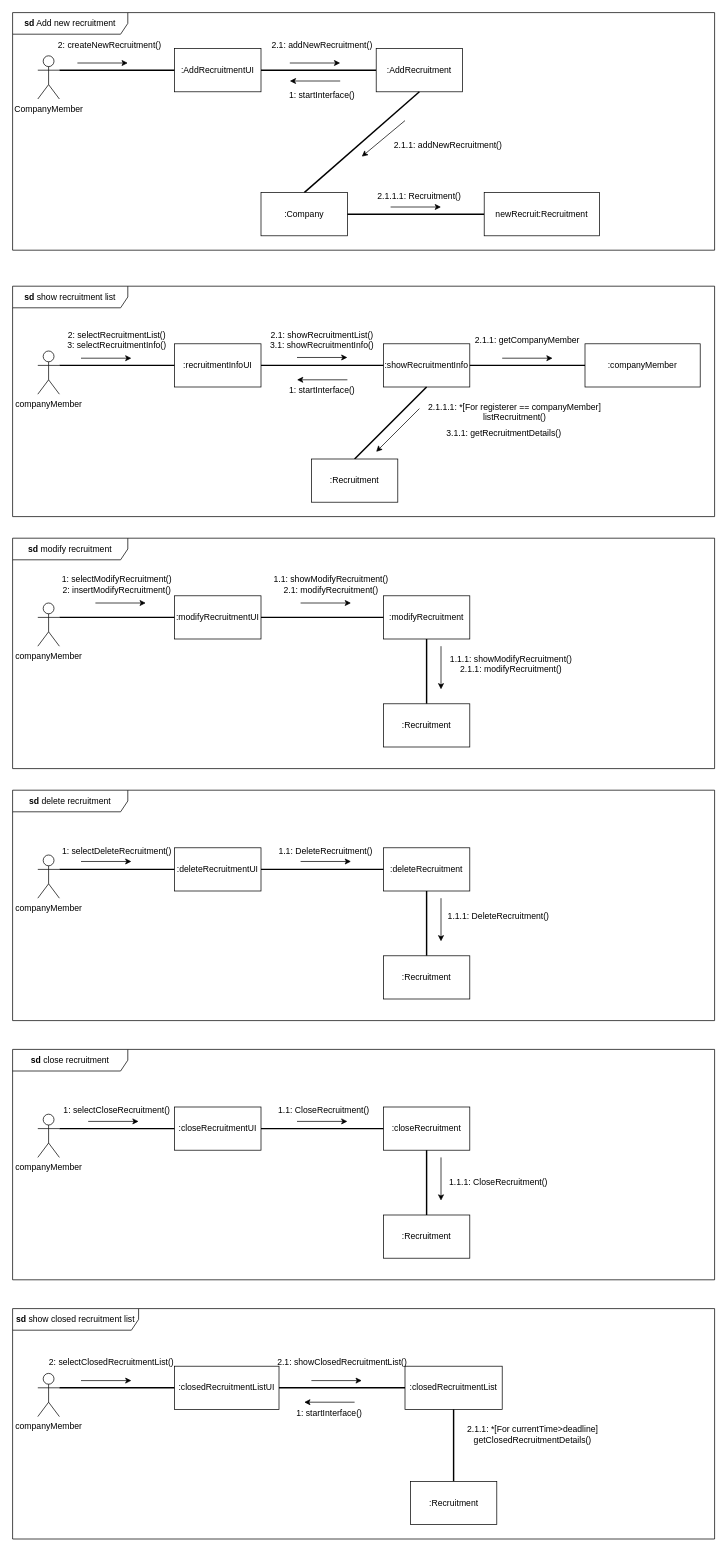
The draw.io diagram communication_diagram/communication_diagram_최승혁.drawio in hjee02018/RecruitSystem, before the edit. Source tidied: cells renumbered, new cells numbered last; positions are measured from the earlier drawing's top-left corner, leaving out a move shared by most shapes. Both pictures are drawn from the tidied source at 72%, with x=0, y=0 at pixel (12, 12).
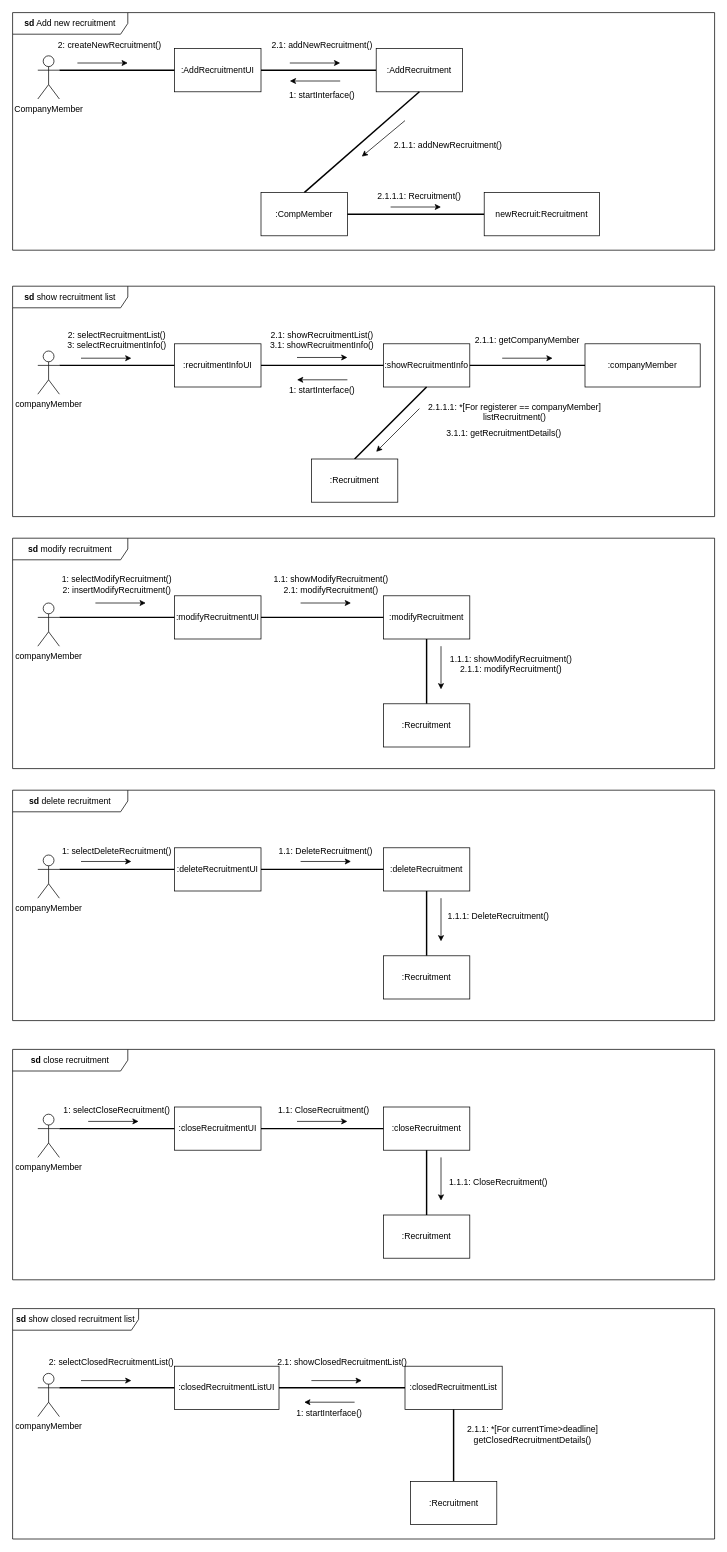
The same page after the edit.

Commit message (it also covers changes not shown here):
[ADD:지상은]usecase description

Change to the diagram source:
```diff
@@
-    <mxCell id="11" value=":Company" style="rounded=0;whiteSpace=wrap;html=1;" parent="1" vertex="1">
+    <mxCell id="11" value=":CompMember" style="rounded=0;whiteSpace=wrap;html=1;" parent="1" vertex="1">
       <mxGeometry x="345" y="250" width="120" height="60" as="geometry" />
     </mxCell>
```
